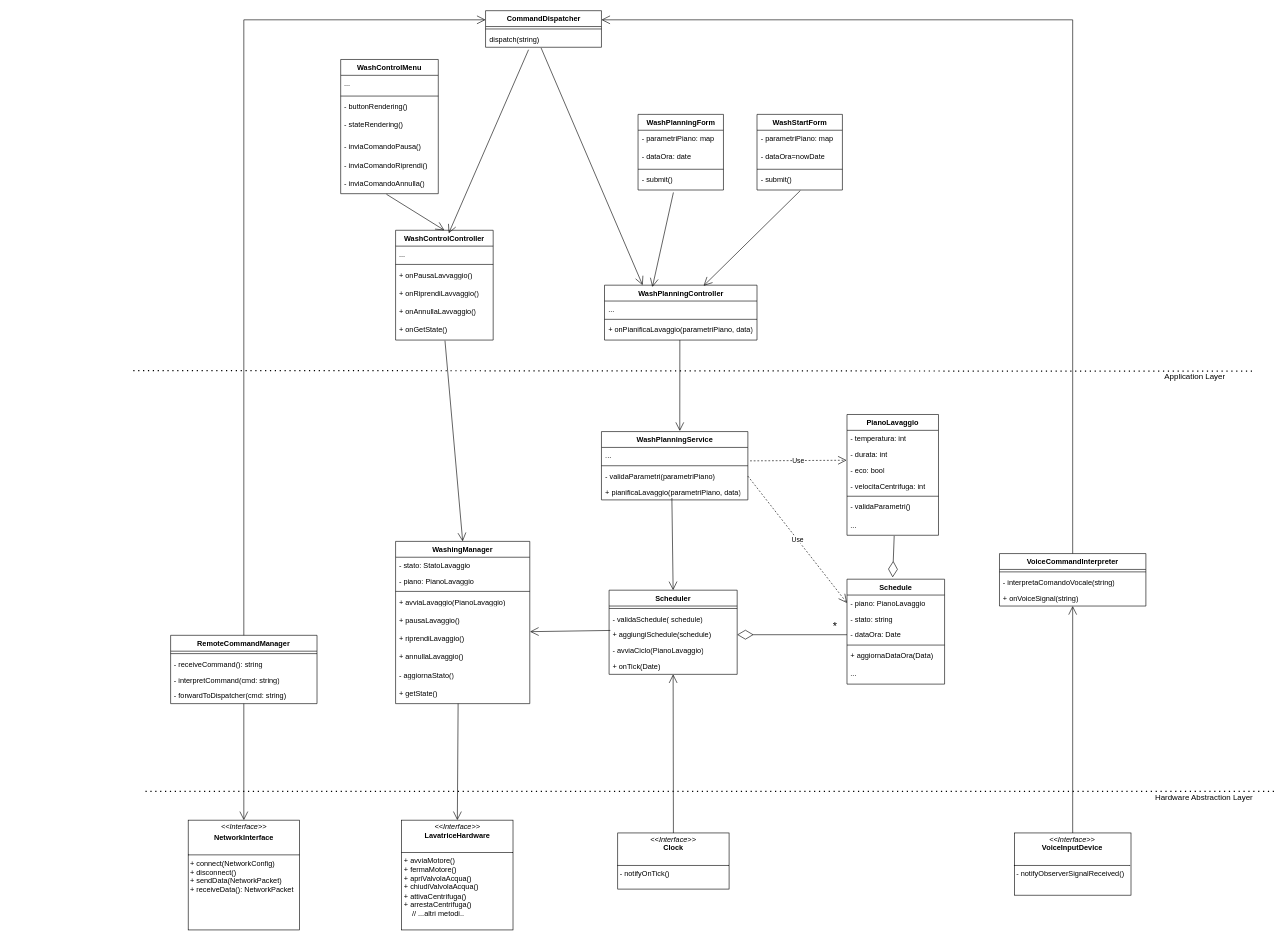
The draw.io diagram content/class.drawio in uni-aca100/ing-proj, before the edit. Source tidied: cells renumbered, new cells numbered last; positions are measured from the earlier drawing's top-left corner, leaving out a move shared by most shapes. Both pictures are drawn from the tidied source at 61%, with x=0, y=0 at pixel (133, 10).
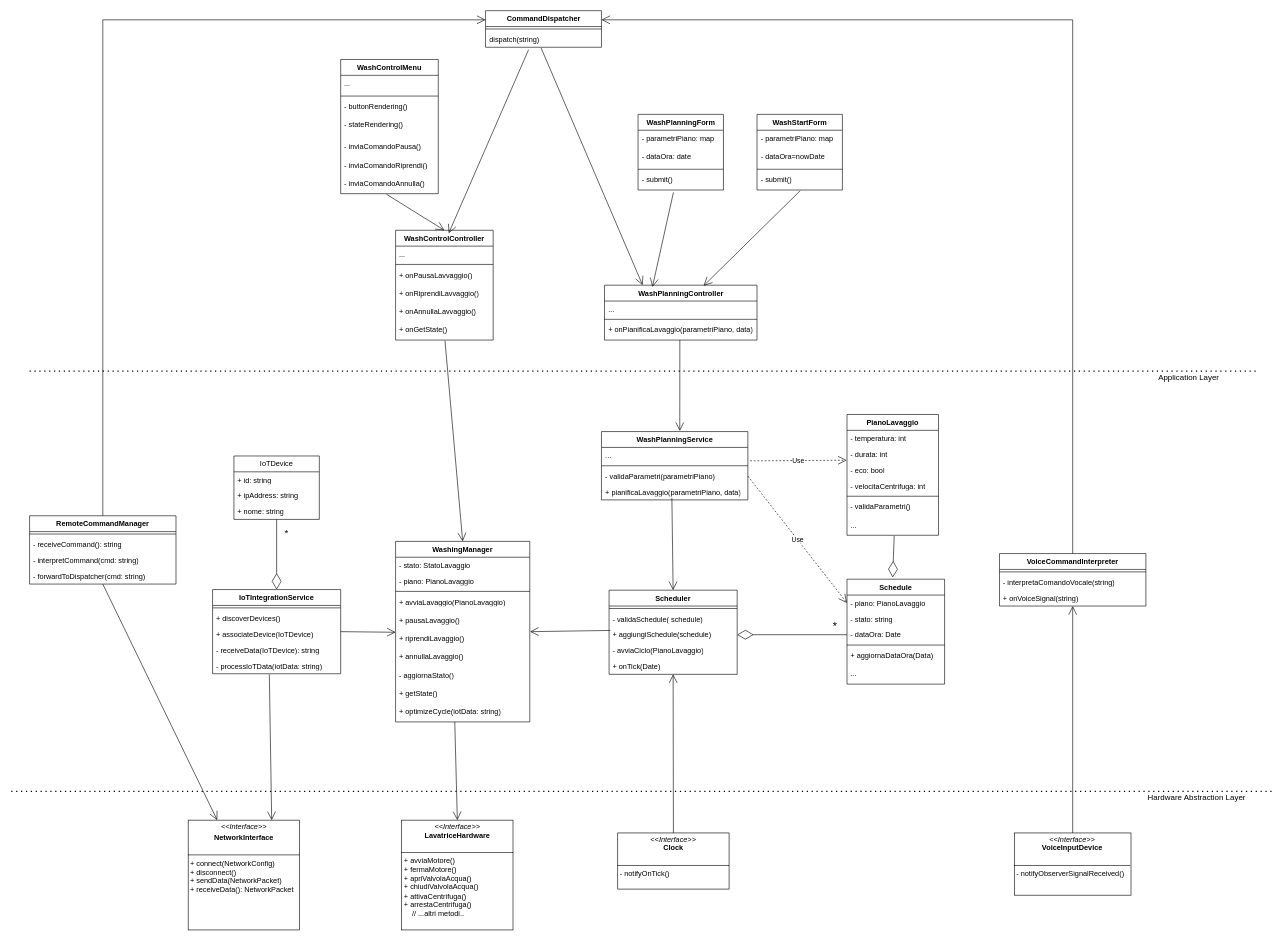
The same page after the edit.

Commit message (it also covers changes not shown here):
add integrazione IOT dia. class

The change refers to these unchanged cells:
```xml
<mxCell id="70" value="+ riprendiLavaggio()" style="text;strokeColor=none;fillColor=none;align=left;verticalAlign=top;spacingLeft=4;spacingRight=4;overflow=hidden;points=[[0,0.5],[1,0.5]];portConstraint=eastwest;whiteSpace=wrap;html=1;" parent="64" vertex="1">
  <mxGeometry y="146" width="220" height="30" as="geometry" />
</mxCell>
<mxCell id="73" value="+ getState()" style="text;strokeColor=none;fillColor=none;align=left;verticalAlign=top;spacingLeft=4;spacingRight=4;overflow=hidden;points=[[0,0.5],[1,0.5]];portConstraint=eastwest;whiteSpace=wrap;html=1;" parent="64" vertex="1">
  <mxGeometry y="236" width="220" height="30" as="geometry" />
</mxCell>
<mxCell id="74" value="&lt;p style=&quot;margin:0px;margin-top:4px;text-align:center;&quot;&gt;&lt;i&gt;&amp;lt;&amp;lt;Interface&amp;gt;&amp;gt;&lt;/i&gt;&lt;br&gt;&lt;b&gt;LavatriceHardware&lt;/b&gt;&lt;/p&gt;&lt;p style=&quot;margin:0px;margin-left:4px;&quot;&gt;&lt;br&gt;&lt;/p&gt;&lt;hr size=&quot;1&quot; style=&quot;border-style:solid;&quot;&gt;&lt;p style=&quot;margin:0px;margin-left:4px;&quot;&gt;+ avviaMotore()&lt;/p&gt;&lt;p style=&quot;margin:0px;margin-left:4px;&quot;&gt;+ fermaMotore()&lt;/p&gt;&lt;p style=&quot;margin:0px;margin-left:4px;&quot;&gt;+ apriValvolaAcqua()&lt;/p&gt;&lt;p style=&quot;margin:0px;margin-left:4px;&quot;&gt;+ chiudiValvolaAcqua()&lt;/p&gt;&lt;p style=&quot;margin:0px;margin-left:4px;&quot;&gt;+ attivaCentrifuga()&lt;/p&gt;&lt;p style=&quot;margin:0px;margin-left:4px;&quot;&gt;+ arrestaCentrifuga()&lt;/p&gt;&lt;p style=&quot;margin:0px;margin-left:4px;&quot;&gt;&amp;nbsp; &amp;nbsp; // ...altri metodi..&lt;/p&gt;&lt;p style=&quot;margin:0px;margin-left:4px;&quot;&gt;&lt;br&gt;&lt;/p&gt;" style="verticalAlign=top;align=left;overflow=fill;html=1;whiteSpace=wrap;" parent="1" vertex="1">
  <mxGeometry x="440" y="1327" width="182.5" height="180" as="geometry" />
</mxCell>
<mxCell id="99" value="&lt;p style=&quot;margin:0px;margin-top:4px;text-align:center;&quot;&gt;&lt;i&gt;&amp;lt;&amp;lt;Interface&amp;gt;&amp;gt;&lt;/i&gt;&lt;/p&gt;&lt;p style=&quot;margin:0px;margin-top:4px;text-align:center;&quot;&gt;&lt;b&gt;NetworkInterface&lt;/b&gt;&lt;/p&gt;&lt;p style=&quot;margin:0px;margin-left:4px;&quot;&gt;&lt;br&gt;&lt;/p&gt;&lt;hr size=&quot;1&quot; style=&quot;border-style:solid;&quot;&gt;&amp;nbsp;+ connect(NetworkConfig)&lt;br&gt;&amp;nbsp;+ disconnect()&lt;br&gt;&amp;nbsp;+ sendData(NetworkPacket)&lt;br&gt;&amp;nbsp;+ receiveData(): NetworkPacket" style="verticalAlign=top;align=left;overflow=fill;html=1;whiteSpace=wrap;" parent="1" vertex="1">
  <mxGeometry x="90" y="1327" width="182.5" height="180" as="geometry" />
</mxCell>
```

The edit, as a diff of the source:
```diff
@@
     <mxCell id="31" style="endArrow=none;dashed=1;html=1;dashPattern=1 3;strokeWidth=2;rounded=0;fontSize=14;" parent="1" edge="1">
       <mxGeometry relative="1" as="geometry">
-        <mxPoint y="590" as="sourcePoint" />
+        <mxPoint x="-170" y="591" as="sourcePoint" />
         <mxPoint x="1840" y="591" as="targetPoint" />
       </mxGeometry>
     </mxCell>
@@
     <mxCell id="64" value="WashingManager" style="swimlane;fontStyle=1;align=center;verticalAlign=top;horizontal=1;startSize=26;whiteSpace=wrap;html=1;" parent="1" vertex="1">
-      <mxGeometry x="430" y="870" width="220" height="266" as="geometry" />
+      <mxGeometry x="430" y="870" width="220" height="296" as="geometry" />
     </mxCell>
@@
+    <mxCell id="107" value="+ optimizeCycle(iotData: string)" style="text;strokeColor=none;fillColor=none;align=left;verticalAlign=top;spacingLeft=4;spacingRight=4;overflow=hidden;points=[[0,0.5],[1,0.5]];portConstraint=eastwest;whiteSpace=wrap;html=1;" parent="64" vertex="1">
+      <mxGeometry y="266" width="220" height="30" as="geometry" />
+    </mxCell>
@@
     <mxCell id="75" style="endArrow=none;dashed=1;html=1;dashPattern=1 3;strokeWidth=2;rounded=0;fontSize=14;" parent="1" edge="1">
       <mxGeometry relative="1" as="geometry">
-        <mxPoint x="20" y="1280" as="sourcePoint" />
+        <mxPoint x="-200" y="1280" as="sourcePoint" />
         <mxPoint x="1870" y="1280" as="targetPoint" />
       </mxGeometry>
     </mxCell>
@@
-    <mxCell id="77" style="endArrow=open;endFill=1;endSize=12;html=1;rounded=0;exitX=0.466;exitY=1;exitDx=0;exitDy=0;exitPerimeter=0;entryX=0.5;entryY=0;entryDx=0;entryDy=0;" parent="1" edge="1" source="73" target="74">
+    <mxCell id="77" style="endArrow=open;endFill=1;endSize=12;html=1;rounded=0;exitX=0.441;exitY=1;exitDx=0;exitDy=0;exitPerimeter=0;entryX=0.5;entryY=0;entryDx=0;entryDy=0;" parent="1" edge="1" source="107" target="74">
       <mxGeometry relative="1" as="geometry" />
     </mxCell>
@@
     <mxCell id="100" value="RemoteCommandManager" style="swimlane;fontStyle=1;align=center;verticalAlign=top;horizontal=1;startSize=26;whiteSpace=wrap;html=1;" parent="1" vertex="1">
-      <mxGeometry x="61.2" y="1024" width="240" height="112" as="geometry" />
+      <mxGeometry x="-170" y="828" width="240" height="112" as="geometry" />
     </mxCell>
@@
+    <mxCell id="108" value="IoTDevice" style="swimlane;fontStyle=0;horizontal=1;startSize=26;fillColor=none;whiteSpace=wrap;html=1;" parent="1" vertex="1">
+      <mxGeometry x="165" y="730" width="140" height="104" as="geometry" />
+    </mxCell>
+    <mxCell id="109" value="+ id: string" style="text;strokeColor=none;fillColor=none;align=left;verticalAlign=top;spacingLeft=4;spacingRight=4;overflow=hidden;whiteSpace=wrap;html=1;" parent="108" vertex="1">
+      <mxGeometry y="26" width="140" height="26" as="geometry" />
+    </mxCell>
+    <mxCell id="110" value="+ ipAddress: string" style="text;strokeColor=none;fillColor=none;align=left;verticalAlign=top;spacingLeft=4;spacingRight=4;overflow=hidden;whiteSpace=wrap;html=1;" parent="108" vertex="1">
+      <mxGeometry y="52" width="140" height="26" as="geometry" />
+    </mxCell>
+    <mxCell id="111" value="+ nome: string" style="text;strokeColor=none;fillColor=none;align=left;verticalAlign=top;spacingLeft=4;spacingRight=4;overflow=hidden;whiteSpace=wrap;html=1;" parent="108" vertex="1">
+      <mxGeometry y="78" width="140" height="26" as="geometry" />
+    </mxCell>
+    <mxCell id="112" value="IoTIntegrationService" style="swimlane;fontStyle=1;align=center;verticalAlign=top;horizontal=1;startSize=26;whiteSpace=wrap;html=1;" parent="1" vertex="1">
+      <mxGeometry x="130" y="949" width="210" height="138" as="geometry" />
+    </mxCell>
+    <mxCell id="113" style="line;strokeWidth=1;fillColor=none;align=left;verticalAlign=middle;spacingTop=-1;spacingLeft=3;spacingRight=3;labelPosition=right;strokeColor=inherit;" parent="112" vertex="1">
+      <mxGeometry y="26" width="210" height="8" as="geometry" />
+    </mxCell>
+    <mxCell id="114" value="+ discoverDevices()" style="text;strokeColor=none;fillColor=none;align=left;verticalAlign=top;spacingLeft=4;spacingRight=4;overflow=hidden;whiteSpace=wrap;html=1;" parent="112" vertex="1">
+      <mxGeometry y="34" width="210" height="26" as="geometry" />
+    </mxCell>
+    <mxCell id="115" value="+ associateDevice(IoTDevice)" style="text;strokeColor=none;fillColor=none;align=left;verticalAlign=top;spacingLeft=4;spacingRight=4;overflow=hidden;whiteSpace=wrap;html=1;" parent="112" vertex="1">
+      <mxGeometry y="60" width="210" height="26" as="geometry" />
+    </mxCell>
+    <mxCell id="116" value="- receiveData(IoTDevice): string" style="text;strokeColor=none;fillColor=none;align=left;verticalAlign=top;spacingLeft=4;spacingRight=4;overflow=hidden;whiteSpace=wrap;html=1;" parent="112" vertex="1">
+      <mxGeometry y="86" width="210" height="26" as="geometry" />
+    </mxCell>
+    <mxCell id="117" value="- processIoTData(iotData: string)" style="text;strokeColor=none;fillColor=none;align=left;verticalAlign=top;spacingLeft=4;spacingRight=4;overflow=hidden;points=[[0,0.5],[1,0.5]];portConstraint=eastwest;whiteSpace=wrap;html=1;" parent="112" vertex="1">
+      <mxGeometry y="112" width="210" height="26" as="geometry" />
+    </mxCell>
+    <mxCell id="118" style="endArrow=diamondThin;endFill=0;endSize=24;html=1;rounded=0;exitX=0.5;exitY=1;exitDx=0;exitDy=0;entryX=0.5;entryY=0;entryDx=0;entryDy=0;" parent="1" edge="1" source="108" target="112">
+      <mxGeometry relative="1" as="geometry" />
+    </mxCell>
+    <mxCell id="119" value="&lt;font style=&quot;font-size: 16px;&quot;&gt;*&lt;/font&gt;" style="edgeLabel;html=1;align=center;verticalAlign=middle;" parent="118" vertex="1">
+      <mxGeometry x="-0.74" y="1" relative="1" as="geometry">
+        <mxPoint x="14" y="5" as="offset" />
+      </mxGeometry>
+    </mxCell>
+    <mxCell id="120" style="endArrow=open;endFill=1;endSize=12;html=1;rounded=0;exitX=0.443;exitY=1.038;exitDx=0;exitDy=0;exitPerimeter=0;entryX=0.75;entryY=0;entryDx=0;entryDy=0;" parent="1" edge="1" source="117" target="99">
+      <mxGeometry relative="1" as="geometry" />
+    </mxCell>
+    <mxCell id="121" style="endArrow=open;endFill=1;endSize=12;html=1;rounded=0;exitX=1;exitY=0.5;exitDx=0;exitDy=0;entryX=0;entryY=0.1;entryDx=0;entryDy=0;entryPerimeter=0;" parent="1" edge="1" source="112" target="70">
+      <mxGeometry relative="1" as="geometry" />
+    </mxCell>
```
